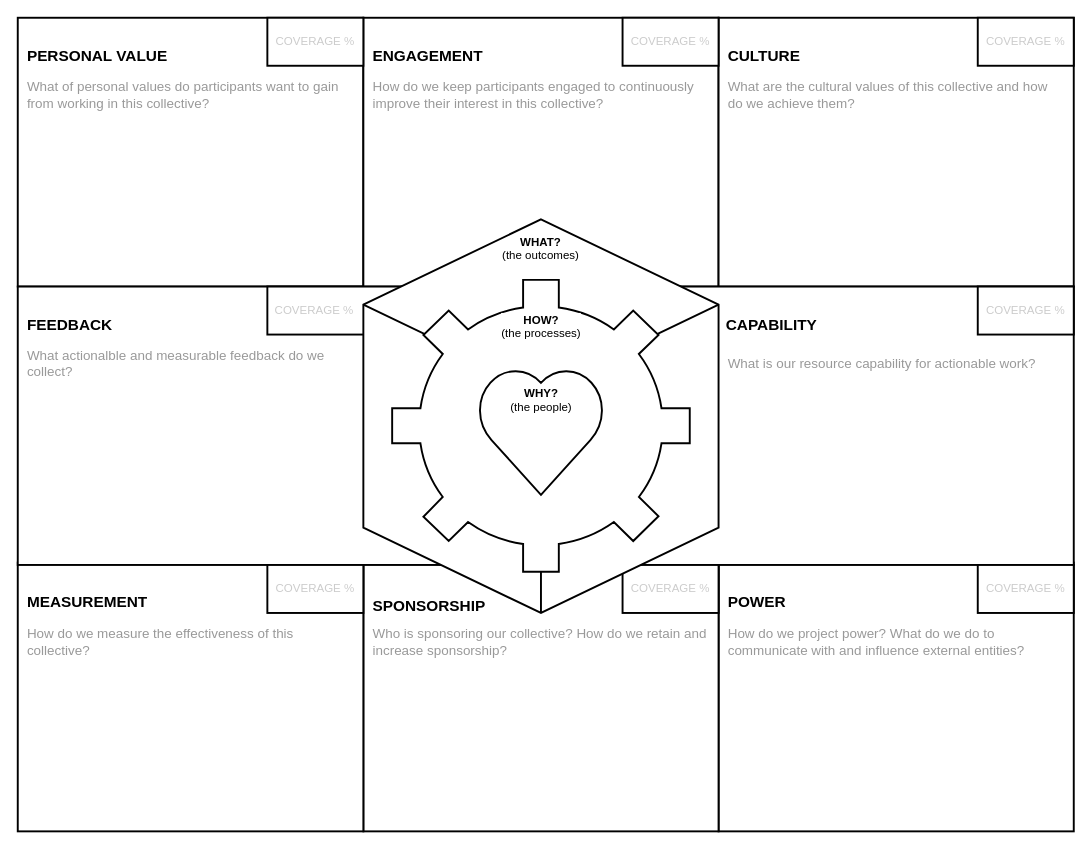
Earlier version of the draw.io diagram collective-action-canvas.drawio (rquast/collective-action-canvas). Source tidied: cells renumbered, new cells numbered last; positions are measured from the earlier drawing's top-left corner, leaving out a move shared by most shapes. Both pictures are drawn from the tidied source at 96%, with x=0, y=0 at pixel (17, 17).
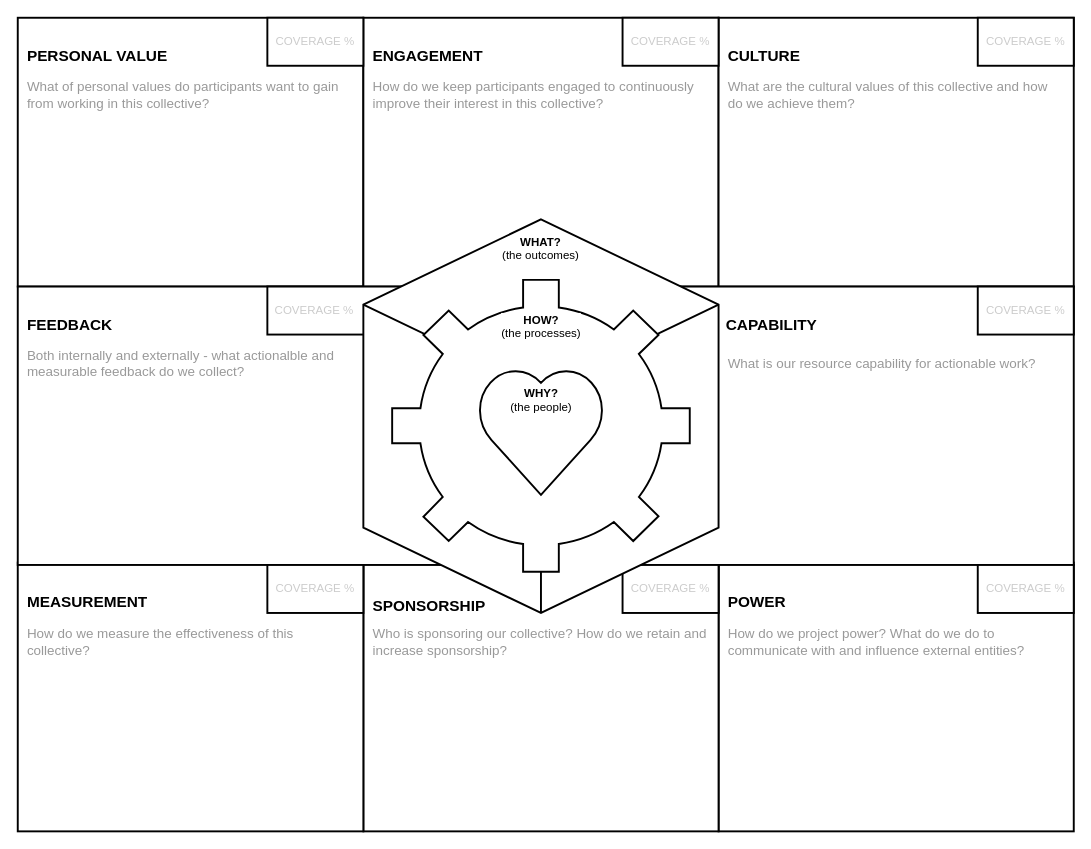
Above is the later version.

Diff of the diagram source:
```diff
@@
-    <mxCell id="24" value="What actionalble and measurable feedback do we collect?" style="text;html=1;strokeColor=none;fillColor=none;align=left;verticalAlign=middle;whiteSpace=wrap;rounded=0;fontSize=14;fontColor=#999999;spacingLeft=8;" parent="1" vertex="1">
+    <mxCell id="24" value="Both internally and externally - what actionalble and measurable feedback do we collect?" style="text;html=1;strokeColor=none;fillColor=none;align=left;verticalAlign=middle;whiteSpace=wrap;rounded=0;fontSize=14;fontColor=#999999;spacingLeft=8;" parent="1" vertex="1">
       <mxGeometry y="340" width="340" height="40" as="geometry" />
     </mxCell>
```
